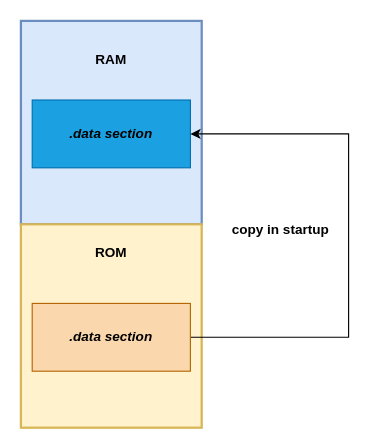
xuechou/xuechou.github.io keeps this draw.io diagram as page "copy table" (13 of 13) of treasure.drawio. Above is the earlier version. Source tidied: cells renumbered, new cells numbered last; positions are measured from the earlier drawing's top-left corner, leaving out a move shared by most shapes. Both pictures are drawn from the tidied source at 113%, with x=0, y=0 at pixel (20, 20).
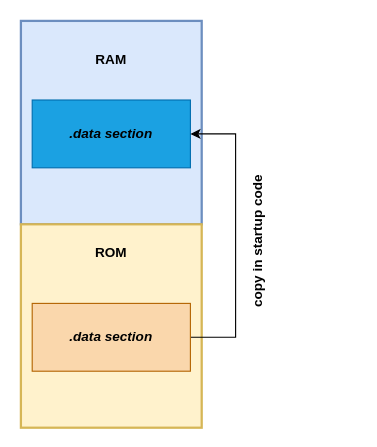
After the change.

The edit, as a diff of the source:
```diff
@@
 <mxGraphModel>
   <root>
     <mxCell id="0" />
     <mxCell id="1" parent="0" />
     <mxCell id="2" style="rounded=0;whiteSpace=wrap;html=1;strokeWidth=2;fillColor=#dae8fc;strokeColor=#6c8ebf;" parent="1" vertex="1">
       <mxGeometry width="160" height="180" as="geometry" />
     </mxCell>
     <mxCell id="3" style="rounded=0;whiteSpace=wrap;html=1;strokeWidth=2;fillColor=#fff2cc;strokeColor=#d6b656;" parent="1" vertex="1">
       <mxGeometry y="180" width="160" height="180" as="geometry" />
     </mxCell>
     <mxCell id="4" style="rounded=0;whiteSpace=wrap;html=1;fillColor=#1ba1e2;fontColor=#ffffff;strokeColor=#006EAF;" parent="1" vertex="1">
       <mxGeometry x="10" y="70" width="140" height="60" as="geometry" />
     </mxCell>
     <mxCell id="5" style="edgeStyle=orthogonalEdgeStyle;rounded=0;jettySize=auto;html=1;exitX=1;exitY=0.5;exitDx=0;exitDy=0;entryX=1;entryY=0.5;entryDx=0;entryDy=0;" parent="1" edge="1" source="6" target="4">
       <mxGeometry relative="1" as="geometry">
         <Array as="points">
-          <mxPoint x="290" y="280" />
-          <mxPoint x="290" y="100" />
+          <mxPoint x="190" y="280" />
+          <mxPoint x="190" y="100" />
         </Array>
       </mxGeometry>
     </mxCell>
     <mxCell id="6" style="rounded=0;whiteSpace=wrap;html=1;fillColor=#fad7ac;strokeColor=#b46504;" parent="1" vertex="1">
       <mxGeometry x="10" y="250" width="140" height="60" as="geometry" />
     </mxCell>
     <mxCell id="7" value="RAM" style="text;html=1;strokeColor=none;fillColor=none;align=center;verticalAlign=middle;whiteSpace=wrap;rounded=0;fontStyle=1;" parent="1" vertex="1">
       <mxGeometry x="50" y="20" width="60" height="30" as="geometry" />
     </mxCell>
     <mxCell id="8" value="ROM" style="text;html=1;strokeColor=none;fillColor=none;align=center;verticalAlign=middle;whiteSpace=wrap;rounded=0;fontStyle=1;" parent="1" vertex="1">
       <mxGeometry x="50" y="190" width="60" height="30" as="geometry" />
     </mxCell>
     <mxCell id="9" value="&lt;i&gt;.data section&lt;/i&gt;" style="text;html=1;strokeColor=none;fillColor=none;align=center;verticalAlign=middle;whiteSpace=wrap;rounded=0;fontStyle=1;" parent="1" vertex="1">
       <mxGeometry x="40" y="265" width="80" height="30" as="geometry" />
     </mxCell>
     <mxCell id="10" value="&lt;i&gt;.data section&lt;/i&gt;" style="text;html=1;strokeColor=none;fillColor=none;align=center;verticalAlign=middle;whiteSpace=wrap;rounded=0;fontStyle=1;" parent="1" vertex="1">
       <mxGeometry x="40" y="85" width="80" height="30" as="geometry" />
     </mxCell>
-    <mxCell id="11" value="&lt;b&gt;copy in startup&lt;/b&gt;" style="text;html=1;strokeColor=none;fillColor=none;align=center;verticalAlign=middle;whiteSpace=wrap;rounded=0;" parent="1" vertex="1">
-      <mxGeometry x="180" y="170" width="100" height="30" as="geometry" />
+    <mxCell id="11" value="&lt;b&gt;copy in startup code&lt;/b&gt;" style="text;html=1;strokeColor=none;fillColor=none;align=center;verticalAlign=middle;whiteSpace=wrap;rounded=0;rotation=270;" parent="1" vertex="1">
+      <mxGeometry x="140" y="180" width="140" height="30" as="geometry" />
     </mxCell>
   </root>
 </mxGraphModel>
```
